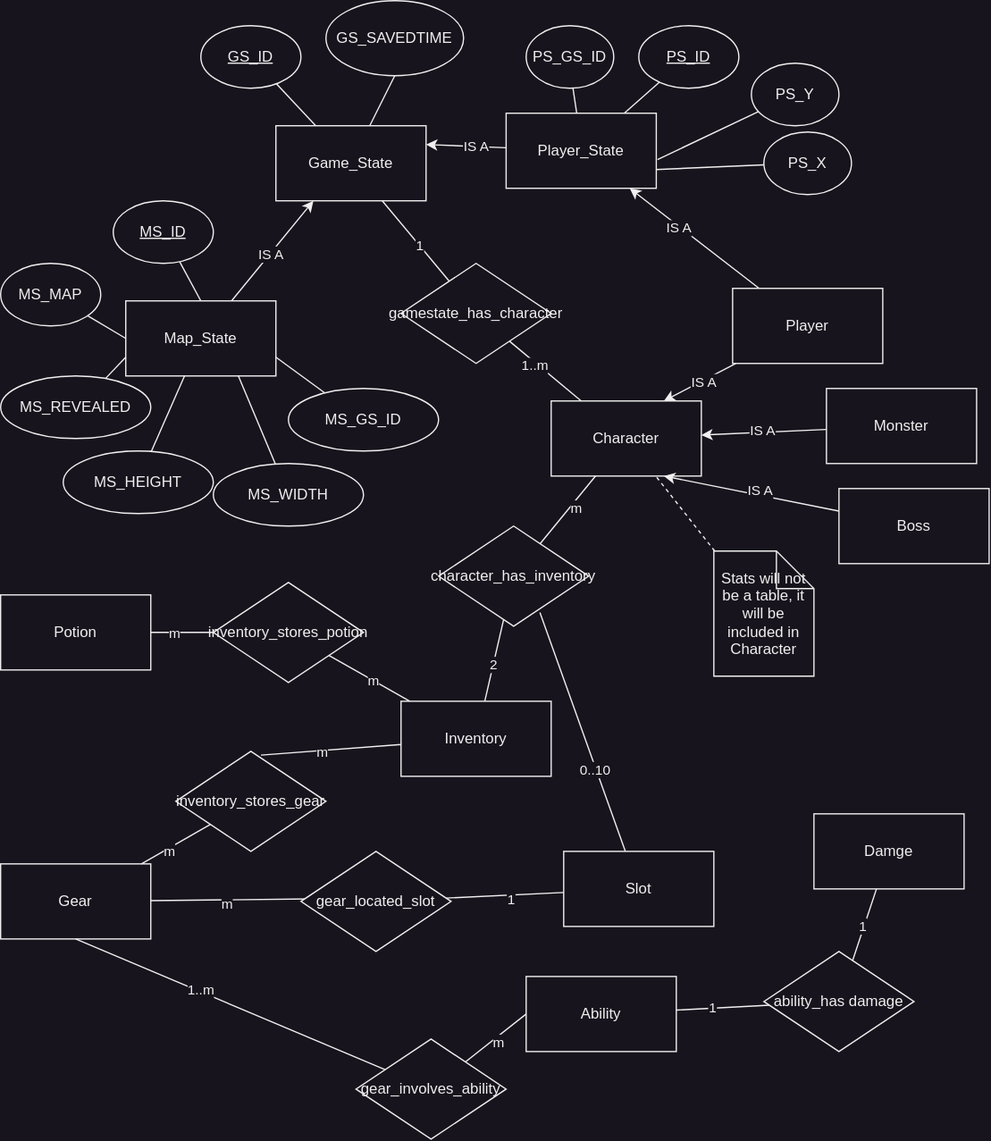
Before: documents/erd/ERD_GameState-Items & Abilities.drawio.svg, a diagram exported from draw.io (PM4-FS25-DungeonCrawl/DungeonCrawl). Source tidied: cells renumbered, new cells last; positions are measured from the earlier drawing's top-left corner, leaving out a move shared by most shapes.
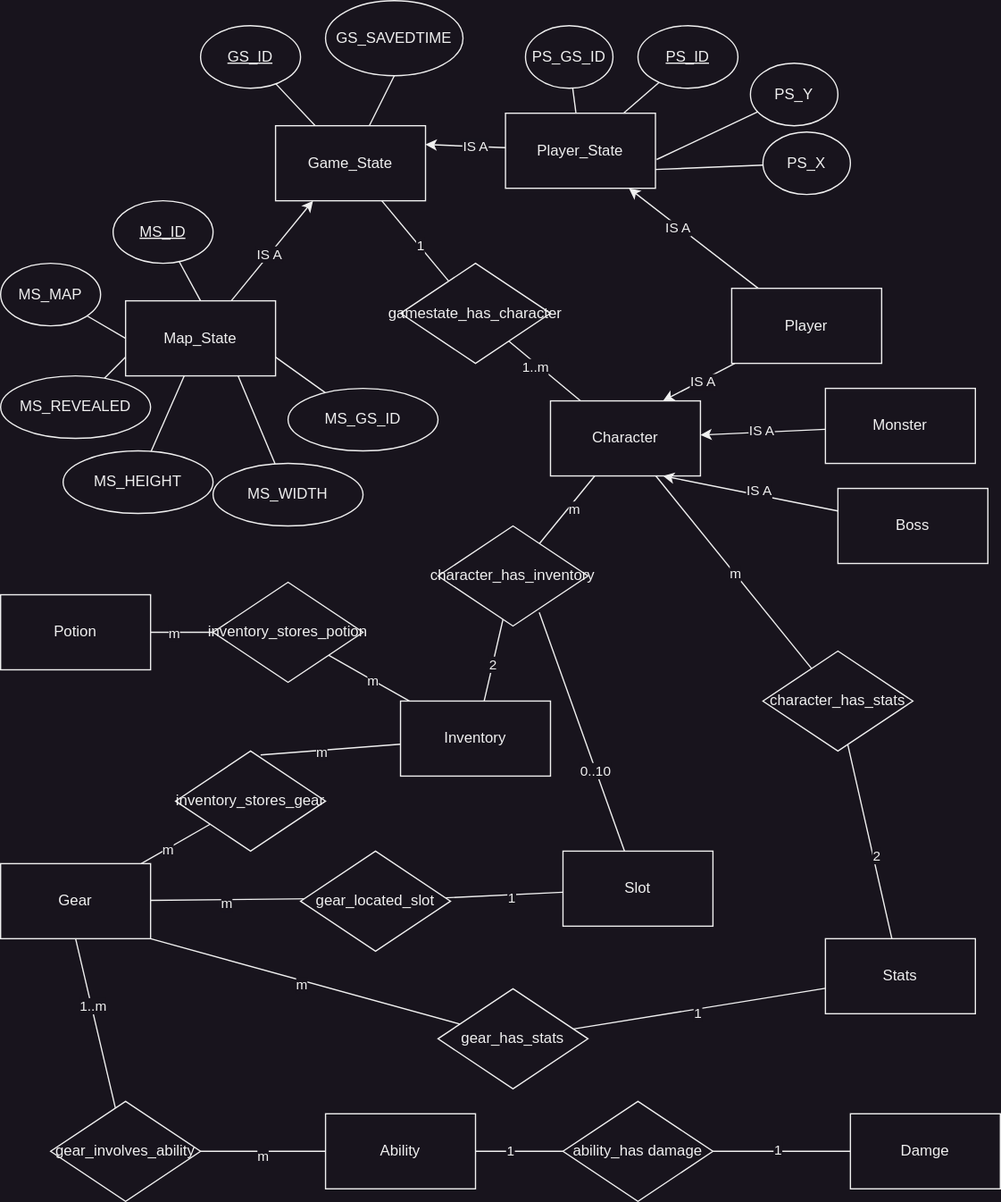
Above is the later version.

What changed in the source:
```diff
@@ -148,12 +148,6 @@
     <mxCell id="49" value="1..m" style="edgeLabel;html=1;align=center;verticalAlign=middle;" parent="48" vertex="1">
       <mxGeometry x="0.24" y="2" relative="1" as="geometry" />
     </mxCell>
-    <mxCell id="50" style="rounded=0;jettySize=auto;html=1;endArrow=none;endFill=0;dashed=1;" parent="1" edge="1" source="51" target="33">
-      <mxGeometry relative="1" as="geometry" />
-    </mxCell>
-    <mxCell id="51" value="Stats will not be a table, it will be included in Character" style="shape=note;whiteSpace=wrap;html=1;backgroundOutline=1;darkOpacity=0.05;" parent="1" vertex="1">
-      <mxGeometry x="570" y="440" width="80" height="100" as="geometry" />
-    </mxCell>
     <mxCell id="52" value="Potion" style="rounded=0;whiteSpace=wrap;html=1;" parent="1" vertex="1">
       <mxGeometry y="475" width="120" height="60" as="geometry" />
     </mxCell>
@@ -164,10 +158,10 @@
       <mxGeometry x="320" y="560" width="120" height="60" as="geometry" />
     </mxCell>
     <mxCell id="55" value="Ability" style="rounded=0;whiteSpace=wrap;html=1;" parent="1" vertex="1">
-      <mxGeometry x="420" y="780" width="120" height="60" as="geometry" />
+      <mxGeometry x="260" y="890" width="120" height="60" as="geometry" />
     </mxCell>
     <mxCell id="56" value="Damge" style="rounded=0;whiteSpace=wrap;html=1;" parent="1" vertex="1">
-      <mxGeometry x="650" y="650" width="120" height="60" as="geometry" />
+      <mxGeometry x="680" y="890" width="120" height="60" as="geometry" />
     </mxCell>
     <mxCell id="57" style="rounded=0;jettySize=auto;html=1;entryX=0.5;entryY=1;entryDx=0;entryDy=0;endArrow=none;endFill=0;" parent="1" edge="1" source="61" target="53">
       <mxGeometry relative="1" as="geometry" />
@@ -182,10 +176,10 @@
       <mxGeometry x="-0.02" y="-3" relative="1" as="geometry" />
     </mxCell>
     <mxCell id="61" value="gear_involves_ability" style="rhombus;whiteSpace=wrap;html=1;" parent="1" vertex="1">
-      <mxGeometry x="284" y="830" width="120" height="80" as="geometry" />
+      <mxGeometry x="40" y="880" width="120" height="80" as="geometry" />
     </mxCell>
     <mxCell id="62" value="ability_has damage" style="rhombus;whiteSpace=wrap;html=1;" parent="1" vertex="1">
-      <mxGeometry x="610" y="760" width="120" height="80" as="geometry" />
+      <mxGeometry x="450" y="880" width="120" height="80" as="geometry" />
     </mxCell>
     <mxCell id="63" value="character_has_inventory" style="rhombus;whiteSpace=wrap;html=1;" parent="1" vertex="1">
       <mxGeometry x="350" y="420" width="120" height="80" as="geometry" />
@@ -268,5 +262,38 @@
     <mxCell id="89" value="0..10" style="edgeLabel;html=1;align=center;verticalAlign=middle;" parent="88" vertex="1">
       <mxGeometry x="-0.32" y="1" relative="1" as="geometry" />
     </mxCell>
+    <mxCell id="90" value="Stats" style="rounded=0;whiteSpace=wrap;html=1;" parent="1" vertex="1">
+      <mxGeometry x="660" y="750" width="120" height="60" as="geometry" />
+    </mxCell>
+    <mxCell id="91" value="gear_has_stats" style="rhombus;whiteSpace=wrap;html=1;" parent="1" vertex="1">
+      <mxGeometry x="350" y="790" width="120" height="80" as="geometry" />
+    </mxCell>
+    <mxCell id="92" value="character_has_stats" style="rhombus;whiteSpace=wrap;html=1;" parent="1" vertex="1">
+      <mxGeometry x="610" y="520" width="120" height="80" as="geometry" />
+    </mxCell>
+    <mxCell id="93" style="rounded=0;jettySize=auto;html=1;endArrow=none;endFill=0;exitX=1;exitY=1;exitDx=0;exitDy=0;" parent="1" edge="1" source="53" target="91">
+      <mxGeometry relative="1" as="geometry" />
+    </mxCell>
+    <mxCell id="94" value="m" style="edgeLabel;html=1;align=center;verticalAlign=middle;" parent="93" vertex="1">
+      <mxGeometry x="-0.02" y="-3" relative="1" as="geometry" />
+    </mxCell>
+    <mxCell id="95" style="rounded=0;jettySize=auto;html=1;endArrow=none;endFill=0;" parent="1" edge="1" source="91" target="90">
+      <mxGeometry relative="1" as="geometry" />
+    </mxCell>
+    <mxCell id="96" value="1" style="edgeLabel;html=1;align=center;verticalAlign=middle;" parent="95" vertex="1">
+      <mxGeometry x="-0.02" y="-3" relative="1" as="geometry" />
+    </mxCell>
+    <mxCell id="97" style="rounded=0;jettySize=auto;html=1;endArrow=none;endFill=0;" parent="1" edge="1" source="90" target="92">
+      <mxGeometry relative="1" as="geometry" />
+    </mxCell>
+    <mxCell id="98" value="2" style="edgeLabel;html=1;align=center;verticalAlign=middle;" parent="97" vertex="1">
+      <mxGeometry x="-0.14" y="-2" relative="1" as="geometry" />
+    </mxCell>
+    <mxCell id="99" style="rounded=0;jettySize=auto;html=1;endArrow=none;endFill=0;" parent="1" edge="1" source="92" target="33">
+      <mxGeometry relative="1" as="geometry" />
+    </mxCell>
+    <mxCell id="100" value="m" style="edgeLabel;html=1;align=center;verticalAlign=middle;" parent="99" vertex="1">
+      <mxGeometry x="-0.01" relative="1" as="geometry" />
+    </mxCell>
   </root>
 </mxGraphModel>
```
